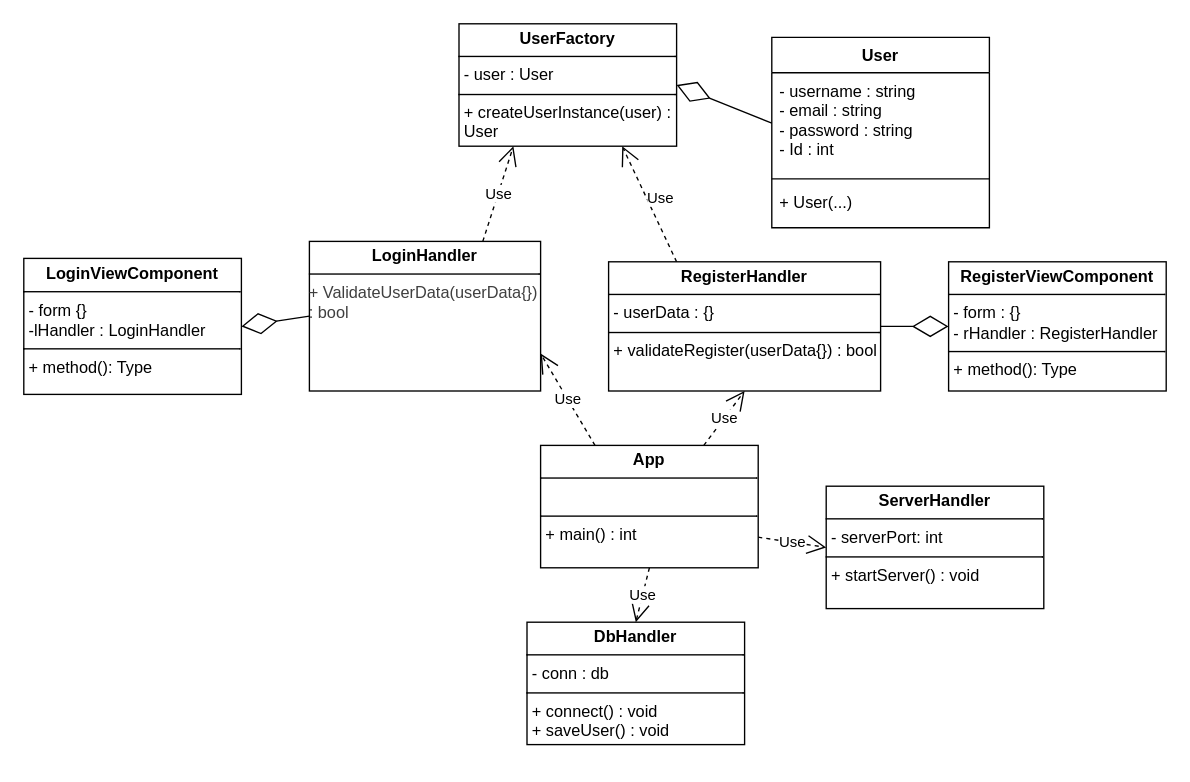
Above: diagrams/app.dio in RamadoriVladimir/isft151-pp3- (draw.io), before the change. Source tidied: cells renumbered, new cells numbered last; positions are measured from the earlier drawing's top-left corner, leaving out a move shared by most shapes. Both pictures are drawn from the tidied source at 136%, with x=0, y=0 at pixel (23, 23).
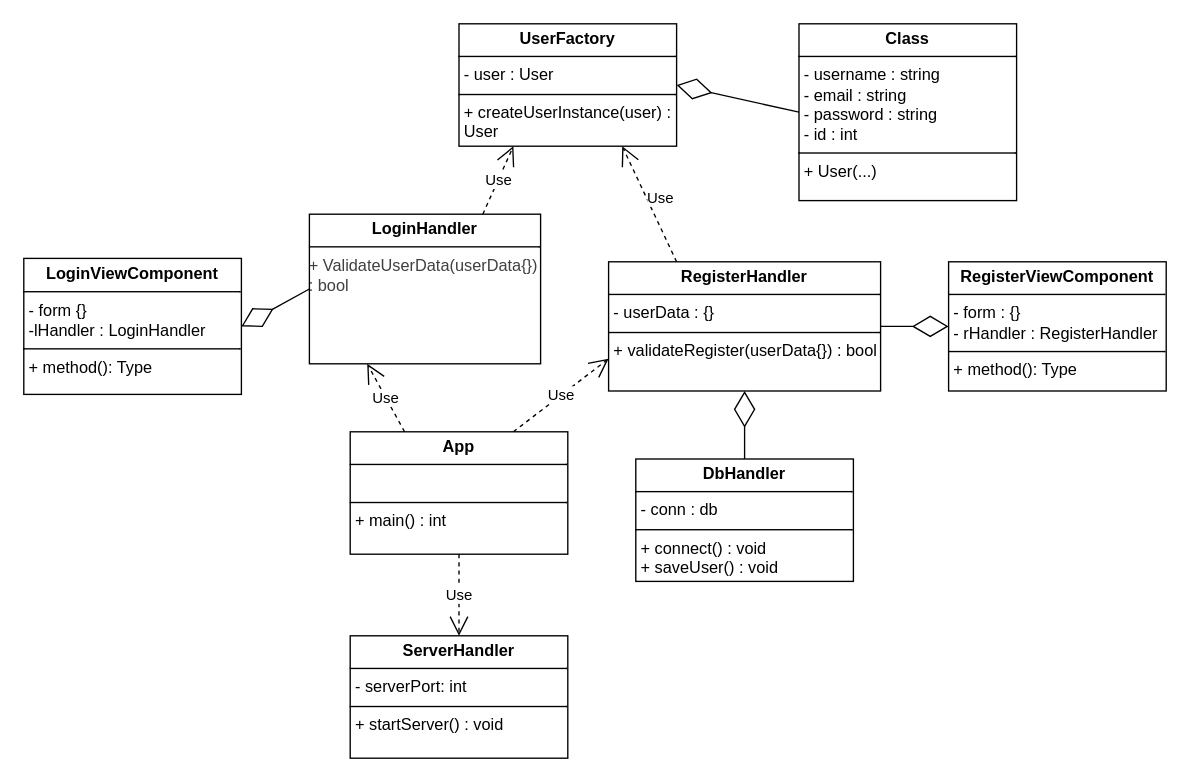
The same page after the edit.

Unchanged cells that the change refers to:
```xml
<mxCell id="2" value="&lt;p style=&quot;margin:0px;margin-top:4px;text-align:center;&quot;&gt;&lt;b&gt;RegisterHandler&lt;/b&gt;&lt;/p&gt;&lt;hr size=&quot;1&quot; style=&quot;border-style:solid;&quot;&gt;&lt;p style=&quot;margin:0px;margin-left:4px;&quot;&gt;- userData : {}&lt;/p&gt;&lt;hr size=&quot;1&quot; style=&quot;border-style:solid;&quot;&gt;&lt;p style=&quot;margin:0px;margin-left:4px;&quot;&gt;+ validateRegister(userData{}) : bool&lt;/p&gt;" style="verticalAlign=top;align=left;overflow=fill;html=1;whiteSpace=wrap;" parent="1" vertex="1">
  <mxGeometry x="430" y="175" width="200" height="95" as="geometry" />
</mxCell>
<mxCell id="10" value="&lt;p style=&quot;margin:0px;margin-top:4px;text-align:center;&quot;&gt;&lt;b&gt;UserFactory&lt;/b&gt;&lt;/p&gt;&lt;hr size=&quot;1&quot; style=&quot;border-style:solid;&quot;&gt;&lt;p style=&quot;margin:0px;margin-left:4px;&quot;&gt;- user : User&lt;/p&gt;&lt;hr size=&quot;1&quot; style=&quot;border-style:solid;&quot;&gt;&lt;p style=&quot;margin:0px;margin-left:4px;&quot;&gt;+ createUserInstance(user) : User&lt;/p&gt;" style="verticalAlign=top;align=left;overflow=fill;html=1;whiteSpace=wrap;" parent="1" vertex="1">
  <mxGeometry x="320" width="160" height="90" as="geometry" />
</mxCell>
```

Diff of the diagram source:
```diff
@@
     <mxCell id="5" value="&lt;p style=&quot;margin:0px;margin-top:4px;text-align:center;&quot;&gt;&lt;b&gt;App&lt;/b&gt;&lt;/p&gt;&lt;hr size=&quot;1&quot; style=&quot;border-style:solid;&quot;&gt;&lt;p style=&quot;margin:0px;margin-left:4px;&quot;&gt;&lt;br&gt;&lt;/p&gt;&lt;hr size=&quot;1&quot; style=&quot;border-style:solid;&quot;&gt;&lt;p style=&quot;margin:0px;margin-left:4px;&quot;&gt;+ main() : int&lt;span style=&quot;white-space: pre;&quot;&gt;&#9;&lt;/span&gt;&lt;/p&gt;" style="verticalAlign=top;align=left;overflow=fill;html=1;whiteSpace=wrap;" parent="1" vertex="1">
-      <mxGeometry x="380" y="310" width="160" height="90" as="geometry" />
+      <mxGeometry x="240" y="300" width="160" height="90" as="geometry" />
     </mxCell>
     <mxCell id="6" value="&lt;p style=&quot;margin:0px;margin-top:4px;text-align:center;&quot;&gt;&lt;b&gt;DbHandler&lt;/b&gt;&lt;/p&gt;&lt;hr size=&quot;1&quot; style=&quot;border-style:solid;&quot;&gt;&lt;p style=&quot;margin:0px;margin-left:4px;&quot;&gt;- conn : db&lt;/p&gt;&lt;hr size=&quot;1&quot; style=&quot;border-style:solid;&quot;&gt;&lt;p style=&quot;margin:0px;margin-left:4px;&quot;&gt;+ connect() : void&lt;/p&gt;&lt;p style=&quot;margin:0px;margin-left:4px;&quot;&gt;+ saveUser() : void&lt;/p&gt;" style="verticalAlign=top;align=left;overflow=fill;html=1;whiteSpace=wrap;" parent="1" vertex="1">
-      <mxGeometry x="370" y="440" width="160" height="90" as="geometry" />
+      <mxGeometry x="450" y="320" width="160" height="90" as="geometry" />
     </mxCell>
-    <mxCell id="7" value="Use" style="endArrow=open;endSize=12;dashed=1;html=1;exitX=0.5;exitY=1;exitDx=0;exitDy=0;entryX=0.5;entryY=0;entryDx=0;entryDy=0;" parent="1" edge="1" source="5" target="6">
-      <mxGeometry relative="1" as="geometry" />
-    </mxCell>
     <mxCell id="8" value="&lt;p style=&quot;margin:0px;margin-top:4px;text-align:center;&quot;&gt;&lt;b&gt;ServerHandler&lt;/b&gt;&lt;/p&gt;&lt;hr size=&quot;1&quot; style=&quot;border-style:solid;&quot;&gt;&lt;p style=&quot;margin:0px;margin-left:4px;&quot;&gt;- serverPort: int&lt;/p&gt;&lt;hr size=&quot;1&quot; style=&quot;border-style:solid;&quot;&gt;&lt;p style=&quot;margin:0px;margin-left:4px;&quot;&gt;+ startServer() : void&lt;/p&gt;" style="verticalAlign=top;align=left;overflow=fill;html=1;whiteSpace=wrap;" parent="1" vertex="1">
-      <mxGeometry x="590" y="340" width="160" height="90" as="geometry" />
+      <mxGeometry x="240" y="450" width="160" height="90" as="geometry" />
     </mxCell>
-    <mxCell id="9" value="Use" style="endArrow=open;endSize=12;dashed=1;html=1;exitX=1;exitY=0.75;exitDx=0;exitDy=0;entryX=0;entryY=0.5;entryDx=0;entryDy=0;" parent="1" edge="1" source="5" target="8">
+    <mxCell id="9" value="Use" style="endArrow=open;endSize=12;dashed=1;html=1;exitX=0.5;exitY=1;exitDx=0;exitDy=0;entryX=0.5;entryY=0;entryDx=0;entryDy=0;" parent="1" edge="1" source="5" target="8">
       <mxGeometry relative="1" as="geometry" />
     </mxCell>
@@
-    <mxCell id="11" value="&lt;span style=&quot;background-color: light-dark(#ffffff, var(--ge-dark-color, #121212));&quot;&gt;User&lt;/span&gt;" style="swimlane;fontStyle=1;align=center;verticalAlign=top;horizontal=1;startSize=26;whiteSpace=wrap;html=1;" parent="1" vertex="1">
-      <mxGeometry x="550" y="10" width="160" height="140" as="geometry" />
-    </mxCell>
-    <mxCell id="12" value="- username : string&lt;div&gt;- email : string&lt;/div&gt;&lt;div&gt;- password : string&lt;/div&gt;&lt;div&gt;- Id : int&lt;/div&gt;" style="text;strokeColor=none;fillColor=none;align=left;verticalAlign=top;spacingLeft=4;spacingRight=4;overflow=hidden;points=[[0,0.5],[1,0.5]];portConstraint=eastwest;whiteSpace=wrap;html=1;" parent="11" vertex="1">
-      <mxGeometry y="26" width="160" height="74" as="geometry" />
-    </mxCell>
-    <mxCell id="13" style="line;strokeWidth=1;fillColor=none;align=left;verticalAlign=middle;spacingTop=-1;spacingLeft=3;spacingRight=3;labelPosition=right;strokeColor=inherit;" parent="11" vertex="1">
-      <mxGeometry y="100" width="160" height="8" as="geometry" />
-    </mxCell>
-    <mxCell id="14" value="+ User(...)" style="text;strokeColor=none;fillColor=none;align=left;verticalAlign=top;spacingLeft=4;spacingRight=4;overflow=hidden;whiteSpace=wrap;html=1;" parent="11" vertex="1">
-      <mxGeometry y="108" width="160" height="32" as="geometry" />
-    </mxCell>
-    <mxCell id="15" style="endArrow=diamondThin;endFill=0;endSize=24;html=1;exitX=0;exitY=0.5;exitDx=0;exitDy=0;entryX=1;entryY=0.5;entryDx=0;entryDy=0;" parent="1" edge="1" source="12" target="10">
+    <mxCell id="15" style="endArrow=diamondThin;endFill=0;endSize=24;html=1;exitX=0;exitY=0.5;exitDx=0;exitDy=0;entryX=1;entryY=0.5;entryDx=0;entryDy=0;" parent="1" edge="1" source="23" target="10">
       <mxGeometry relative="1" as="geometry" />
     </mxCell>
@@
-    <mxCell id="19" value="Use" style="endArrow=open;endSize=12;dashed=1;html=1;exitX=0.25;exitY=0;exitDx=0;exitDy=0;entryX=1;entryY=0.75;entryDx=0;entryDy=0;" parent="1" edge="1" source="5" target="22">
+    <mxCell id="19" value="Use" style="endArrow=open;endSize=12;dashed=1;html=1;exitX=0.25;exitY=0;exitDx=0;exitDy=0;entryX=0.25;entryY=1;entryDx=0;entryDy=0;" parent="1" edge="1" source="5" target="22">
       <mxGeometry relative="1" as="geometry" />
     </mxCell>
-    <mxCell id="20" value="Use" style="endArrow=open;endSize=12;dashed=1;html=1;entryX=0.5;entryY=1;entryDx=0;entryDy=0;exitX=0.75;exitY=0;exitDx=0;exitDy=0;" parent="1" edge="1" source="5" target="2">
+    <mxCell id="20" value="Use" style="endArrow=open;endSize=12;dashed=1;html=1;entryX=0;entryY=0.75;entryDx=0;entryDy=0;exitX=0.75;exitY=0;exitDx=0;exitDy=0;" parent="1" edge="1" source="5" target="2">
       <mxGeometry relative="1" as="geometry" />
     </mxCell>
@@
     <mxCell id="22" value="&lt;p style=&quot;margin:0px;margin-top:4px;text-align:center;&quot;&gt;&lt;b&gt;LoginHandler&lt;/b&gt;&lt;/p&gt;&lt;hr size=&quot;1&quot; style=&quot;border-style:solid;&quot;&gt;&lt;p style=&quot;margin:0px;margin-left:4px;&quot;&gt;&lt;/p&gt;&lt;div style=&quot;color: rgb(63, 63, 63); scrollbar-color: rgb(226, 226, 226) rgb(251, 251, 251);&quot;&gt;&lt;span style=&quot;color: rgb(63, 63, 63); scrollbar-color: rgb(226, 226, 226) rgb(251, 251, 251); background-color: transparent;&quot;&gt;+ ValidateUserData(userData{}) : bool&lt;/span&gt;&lt;/div&gt;&lt;div style=&quot;color: rgb(63, 63, 63); scrollbar-color: rgb(226, 226, 226) rgb(251, 251, 251);&quot;&gt;&lt;br style=&quot;color: rgb(63, 63, 63); scrollbar-color: rgb(226, 226, 226) rgb(251, 251, 251);&quot;&gt;&lt;/div&gt;" style="verticalAlign=top;align=left;overflow=fill;html=1;whiteSpace=wrap;" parent="1" vertex="1">
-      <mxGeometry x="210" y="160" width="170" height="110" as="geometry" />
+      <mxGeometry x="210" y="140" width="170" height="110" as="geometry" />
     </mxCell>
+    <mxCell id="23" value="&lt;p style=&quot;margin:0px;margin-top:4px;text-align:center;&quot;&gt;&lt;b&gt;Class&lt;/b&gt;&lt;/p&gt;&lt;hr size=&quot;1&quot; style=&quot;border-style:solid;&quot;&gt;&lt;p style=&quot;margin:0px;margin-left:4px;&quot;&gt;- username : string&lt;/p&gt;&lt;p style=&quot;margin:0px;margin-left:4px;&quot;&gt;- email : string&lt;/p&gt;&lt;p style=&quot;margin:0px;margin-left:4px;&quot;&gt;- password : string&lt;/p&gt;&lt;p style=&quot;margin:0px;margin-left:4px;&quot;&gt;- id : int&lt;/p&gt;&lt;hr size=&quot;1&quot; style=&quot;border-style:solid;&quot;&gt;&lt;p style=&quot;margin:0px;margin-left:4px;&quot;&gt;+ User(...)&lt;/p&gt;" style="verticalAlign=top;align=left;overflow=fill;html=1;whiteSpace=wrap;" parent="1" vertex="1">
+      <mxGeometry x="570" width="160" height="130" as="geometry" />
+    </mxCell>
+    <mxCell id="24" style="endArrow=diamondThin;endFill=0;endSize=24;html=1;entryX=0.5;entryY=1;entryDx=0;entryDy=0;exitX=0.5;exitY=0;exitDx=0;exitDy=0;" parent="1" edge="1" source="6" target="2">
+      <mxGeometry relative="1" as="geometry" />
+    </mxCell>
```
